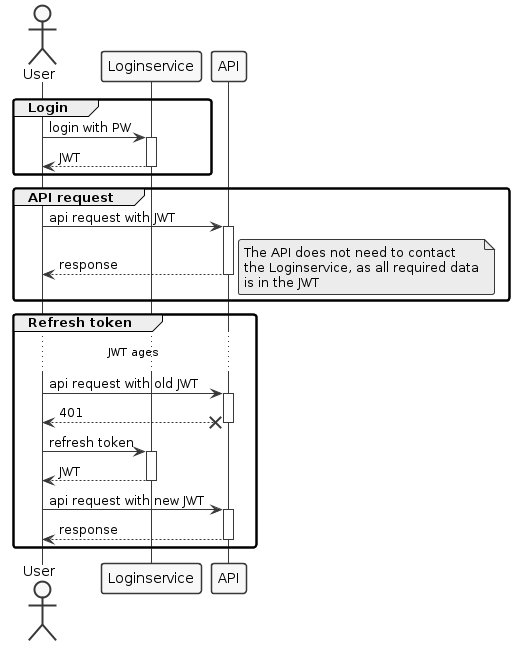
Before: login.png, a diagram exported from PlantUML (phuhl/apparts-login-server).
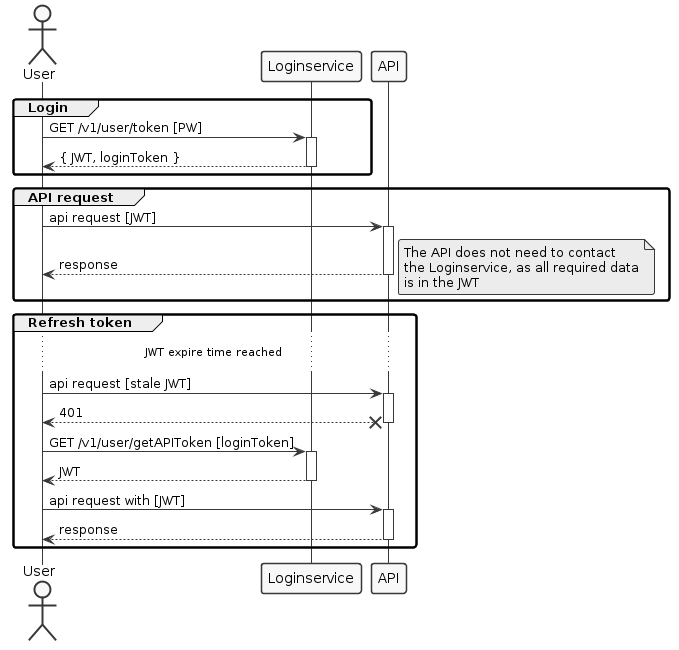
Above is the later version.

Change to the diagram source:
```diff
@@ -5,14 +5,14 @@
 skinparam shadowing false
 
 group Login
-User -> Loginservice : login with PW
+User -> Loginservice : GET /v1/user/token [PW]
 activate Loginservice
-User <-- Loginservice : JWT
+User <-- Loginservice : { JWT, loginToken }
 deactivate Loginservice
 end
 
 group API request
-User -> API : api request with JWT
+User -> API : api request [JWT]
 activate API
 API --> User : response
 deactivate API
@@ -25,19 +25,19 @@
 
 group Refresh token
 
-... JWT ages  ...
+... JWT expire time reached  ...
 
-User -> API : api request with old JWT
-activate API
+User -> API : api request [stale JWT]
+Activate API
 User <--x API : 401
 deactivate API
 
-User -> Loginservice : refresh token
+User -> Loginservice : GET /v1/user/getAPIToken [loginToken]
 activate Loginservice
 User <-- Loginservice : JWT
 deactivate Loginservice
 
-User -> API : api request with new JWT
+User -> API : api request with [JWT]
 activate API
 API --> User : response
 deactivate API
```
